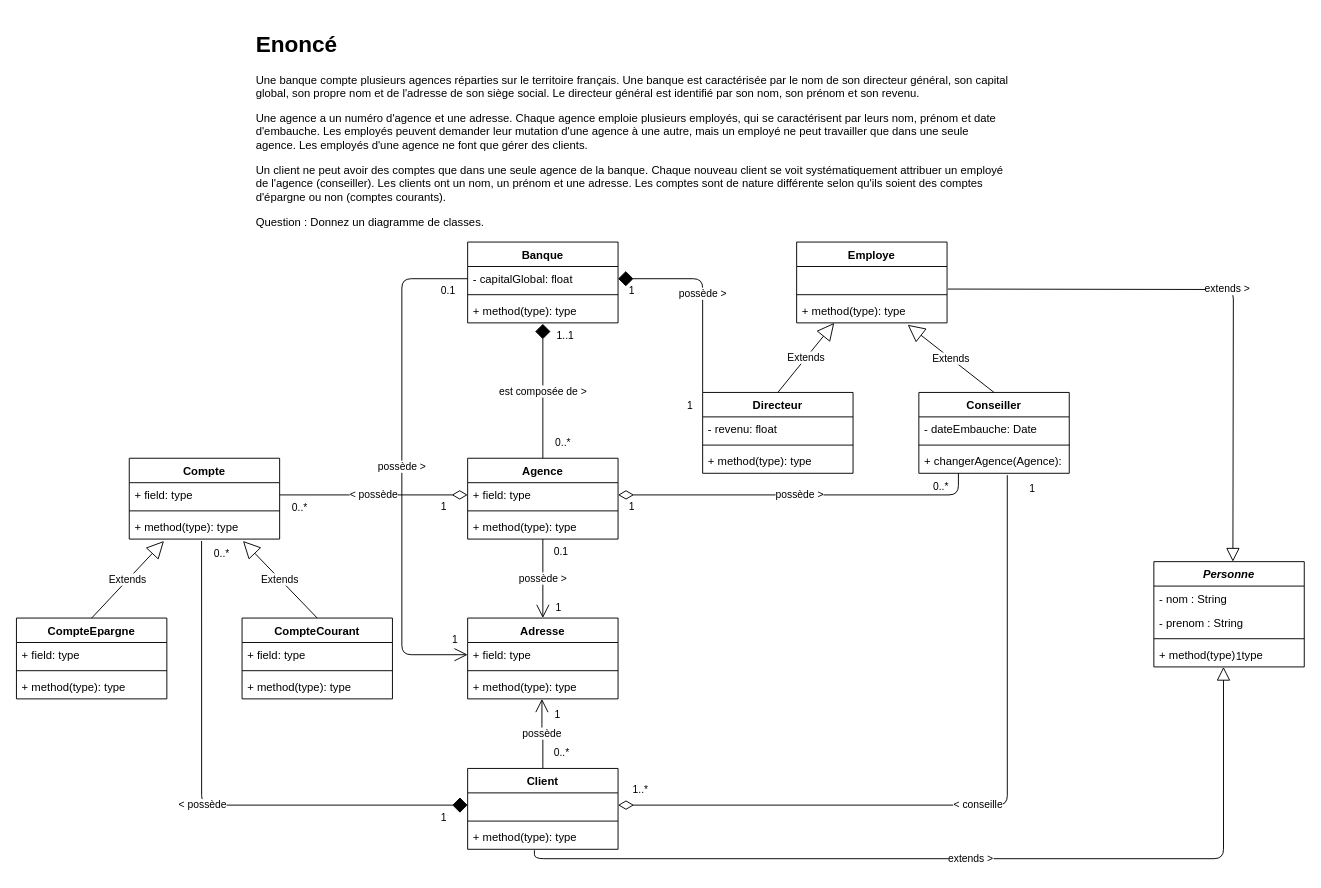
This is exo11.drawio from valentin-cochin/cda-uml-exos, a draw.io file, before an edit. Source tidied: cells renumbered, new cells numbered last; positions are measured from the earlier drawing's top-left corner, leaving out a move shared by most shapes. Both pictures are drawn from the tidied source at 94%, with x=0, y=0 at pixel (16, 25).
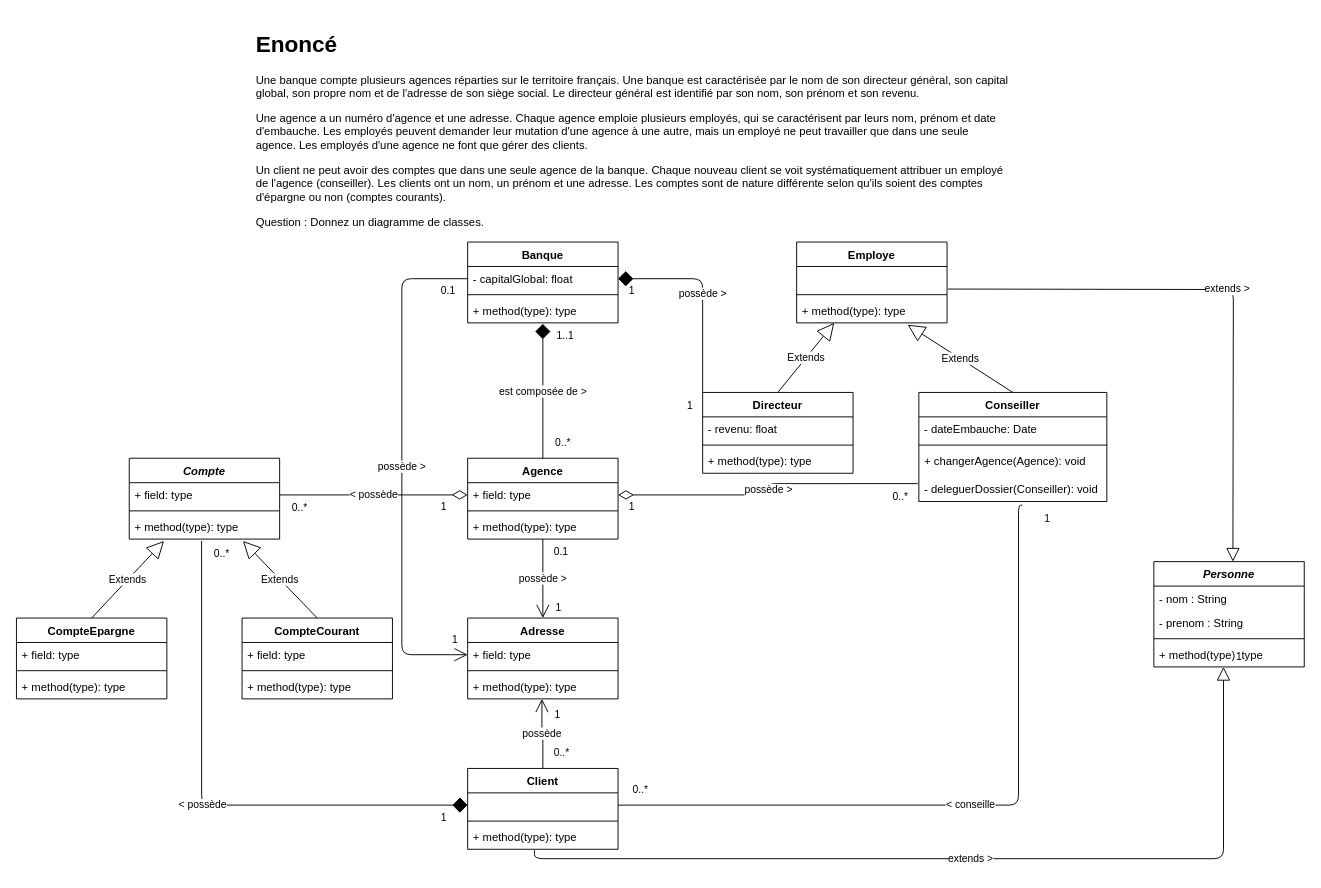
The same page after the edit.

The change refers to these unchanged cells:
```xml
<mxCell id="4" value="- capitalGlobal: float" style="text;strokeColor=none;fillColor=none;align=left;verticalAlign=top;spacingLeft=4;spacingRight=4;overflow=hidden;points=[[0,0.5],[1,0.5]];portConstraint=eastwest;" parent="3" vertex="1">
  <mxGeometry y="26" width="160" height="26" as="geometry" />
</mxCell>
<mxCell id="8" value="+ field: type" style="text;strokeColor=none;fillColor=none;align=left;verticalAlign=top;spacingLeft=4;spacingRight=4;overflow=hidden;points=[[0,0.5],[1,0.5]];portConstraint=eastwest;" parent="7" vertex="1">
  <mxGeometry y="26" width="160" height="26" as="geometry" />
</mxCell>
<mxCell id="11" value="Directeur" style="swimlane;fontStyle=1;align=center;verticalAlign=top;horizontal=1;startSize=26;" parent="1" vertex="1">
  <mxGeometry x="730" y="390" width="160" height="86" as="geometry" />
</mxCell>
<mxCell id="59" value=" " style="text;strokeColor=none;fillColor=none;align=left;verticalAlign=top;spacingLeft=4;spacingRight=4;overflow=hidden;points=[[0,0.5],[1,0.5]];portConstraint=eastwest;" parent="58" vertex="1">
  <mxGeometry y="26" width="160" height="26" as="geometry" />
</mxCell>
```

Change to the diagram source:
```diff
@@
-    <mxCell id="19" value="Compte" style="swimlane;fontStyle=1;align=center;verticalAlign=top;horizontal=1;startSize=26;" parent="1" vertex="1">
+    <mxCell id="19" value="Compte" style="swimlane;fontStyle=3;align=center;verticalAlign=top;horizontal=1;startSize=26;" parent="1" vertex="1">
       <mxGeometry x="120" y="460" width="160" height="86" as="geometry" />
     </mxCell>
@@
-    <mxCell id="43" value="possède &amp;gt;" style="endArrow=none;html=1;endSize=12;startArrow=diamondThin;startSize=14;startFill=0;edgeStyle=orthogonalEdgeStyle;exitX=1;exitY=0.5;exitDx=0;exitDy=0;endFill=0;entryX=0.263;entryY=1;entryDx=0;entryDy=0;entryPerimeter=0;" parent="1" edge="1" source="8" target="49">
+    <mxCell id="43" value="possède &amp;gt;" style="endArrow=none;html=1;endSize=12;startArrow=diamondThin;startSize=14;startFill=0;edgeStyle=orthogonalEdgeStyle;exitX=1;exitY=0.5;exitDx=0;exitDy=0;endFill=0;entryX=-0.006;entryY=0.269;entryDx=0;entryDy=0;entryPerimeter=0;" parent="1" edge="1" source="8" target="82">
       <mxGeometry relative="1" as="geometry" />
     </mxCell>
@@
     <mxCell id="46" value="Conseiller" style="swimlane;fontStyle=1;align=center;verticalAlign=top;horizontal=1;startSize=26;" parent="1" vertex="1">
-      <mxGeometry x="960" y="390" width="160" height="86" as="geometry" />
+      <mxGeometry x="960" y="390" width="200" height="116" as="geometry" />
     </mxCell>
     <mxCell id="47" value="- dateEmbauche: Date " style="text;strokeColor=none;fillColor=none;align=left;verticalAlign=top;spacingLeft=4;spacingRight=4;overflow=hidden;" parent="46" vertex="1">
-      <mxGeometry y="26" width="160" height="26" as="geometry" />
+      <mxGeometry y="26" width="200" height="26" as="geometry" />
     </mxCell>
     <mxCell id="48" style="line;strokeWidth=1;fillColor=none;align=left;verticalAlign=middle;spacingTop=-1;spacingLeft=3;spacingRight=3;labelPosition=right;" parent="46" vertex="1">
-      <mxGeometry y="52" width="160" height="8" as="geometry" />
+      <mxGeometry y="52" width="200" height="8" as="geometry" />
     </mxCell>
-    <mxCell id="49" value="+ changerAgence(Agence): " style="text;strokeColor=none;fillColor=none;align=left;verticalAlign=top;spacingLeft=4;spacingRight=4;overflow=hidden;points=[[0,0.5],[1,0.5]];portConstraint=eastwest;" parent="46" vertex="1">
-      <mxGeometry y="60" width="160" height="26" as="geometry" />
+    <mxCell id="49" value="+ changerAgence(Agence): void&#10;" style="text;strokeColor=none;fillColor=none;align=left;verticalAlign=top;spacingLeft=4;spacingRight=4;overflow=hidden;points=[[0,0.5],[1,0.5]];portConstraint=eastwest;" parent="46" vertex="1">
+      <mxGeometry y="60" width="200" height="30" as="geometry" />
     </mxCell>
+    <mxCell id="82" value="- deleguerDossier(Conseiller): void&#10;" style="text;strokeColor=none;fillColor=none;align=left;verticalAlign=top;spacingLeft=4;spacingRight=4;overflow=hidden;points=[[0,0.5],[1,0.5]];portConstraint=eastwest;" parent="46" vertex="1">
+      <mxGeometry y="90" width="200" height="26" as="geometry" />
+    </mxCell>
@@
     <mxCell id="55" value="possède &amp;gt;" style="endArrow=none;html=1;endSize=12;startArrow=diamond;startSize=14;startFill=1;edgeStyle=orthogonalEdgeStyle;exitX=1;exitY=0.5;exitDx=0;exitDy=0;entryX=0;entryY=0;entryDx=0;entryDy=0;endFill=0;" parent="1" edge="1" source="4" target="11">
-      <mxGeometry relative="1" as="geometry" />
+      <mxGeometry relative="1" as="geometry">
+        <Array as="points">
+          <mxPoint x="730" y="269" />
+        </Array>
+      </mxGeometry>
     </mxCell>
@@
-    <mxCell id="65" value="&amp;lt; conseille" style="endArrow=none;html=1;endSize=12;startArrow=diamondThin;startSize=14;startFill=0;edgeStyle=orthogonalEdgeStyle;entryX=0.588;entryY=1.077;entryDx=0;entryDy=0;endFill=0;entryPerimeter=0;exitX=1;exitY=0.5;exitDx=0;exitDy=0;" parent="1" edge="1" source="59" target="49">
+    <mxCell id="65" value="&amp;lt; conseille" style="endArrow=none;html=1;endSize=12;startArrow=none;startSize=14;startFill=0;edgeStyle=orthogonalEdgeStyle;endFill=0;exitX=1;exitY=0.5;exitDx=0;exitDy=0;" parent="1" edge="1" source="59">
       <mxGeometry relative="1" as="geometry">
+        <mxPoint x="1070" y="510" as="targetPoint" />
         <Array as="points">
-          <mxPoint x="1054" y="829" />
+          <mxPoint x="1066" y="829" />
         </Array>
       </mxGeometry>
     </mxCell>
-    <mxCell id="66" value="1..*" style="edgeLabel;html=1;align=left;verticalAlign=top;" parent="65" vertex="1">
+    <mxCell id="66" value="0..*" style="edgeLabel;html=1;align=left;verticalAlign=top;" parent="65" vertex="1">
       <mxGeometry x="-1" relative="1" as="geometry">
         <mxPoint x="14" y="-29" as="offset" />
       </mxGeometry>
     </mxCell>
```
